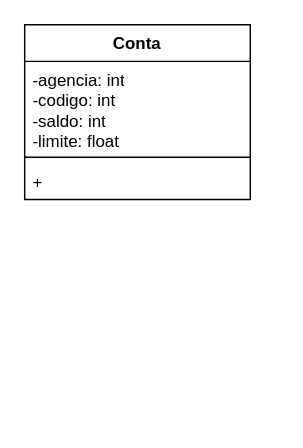
Earlier version of the draw.io diagram Aula5(excecoes)/Exercicio2_Banco/Exercicio2_Banco.drawio (Pedrh/POO). Source tidied: cells renumbered, new cells numbered last; positions are measured from the earlier drawing's top-left corner, leaving out a move shared by most shapes. Both pictures are drawn from the tidied source at 141%, with x=0, y=0 at pixel (24, 24).
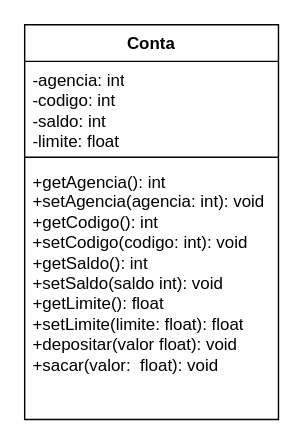
The same diagram, later.

The edit, as a diff of the source:
```diff
@@
 <mxGraphModel>
   <root>
     <mxCell id="0" />
     <mxCell id="1" parent="0" />
     <mxCell id="2" value="Conta" style="swimlane;fontStyle=1;align=center;verticalAlign=top;horizontal=1;startSize=26;whiteSpace=wrap;html=1;" parent="1" vertex="1">
-      <mxGeometry width="160" height="124" as="geometry" />
+      <mxGeometry width="180" height="280" as="geometry" />
     </mxCell>
     <mxCell id="3" value="-agencia: int&lt;div&gt;-codigo: int&lt;/div&gt;&lt;div&gt;-saldo: int&lt;/div&gt;&lt;div&gt;-limite: float&lt;/div&gt;" style="text;strokeColor=none;fillColor=none;align=left;verticalAlign=top;spacingLeft=4;spacingRight=4;overflow=hidden;whiteSpace=wrap;html=1;" parent="2" vertex="1">
-      <mxGeometry y="26" width="160" height="64" as="geometry" />
+      <mxGeometry y="26" width="180" height="64" as="geometry" />
     </mxCell>
     <mxCell id="4" style="line;strokeWidth=1;fillColor=none;align=left;verticalAlign=middle;spacingTop=-1;spacingLeft=3;spacingRight=3;labelPosition=right;strokeColor=inherit;" parent="2" vertex="1">
-      <mxGeometry y="90" width="160" height="8" as="geometry" />
+      <mxGeometry y="90" width="180" height="8" as="geometry" />
     </mxCell>
-    <mxCell id="5" value="+" style="text;strokeColor=none;fillColor=none;align=left;verticalAlign=top;spacingLeft=4;spacingRight=4;overflow=hidden;whiteSpace=wrap;html=1;" parent="2" vertex="1">
-      <mxGeometry y="98" width="160" height="26" as="geometry" />
+    <mxCell id="5" value="+getAgencia(): int&lt;div&gt;+setAgencia(agencia: int): void&lt;/div&gt;&lt;div&gt;+getCodigo(): int&lt;/div&gt;&lt;div&gt;+setCodigo(codigo: int): void&lt;/div&gt;&lt;div&gt;+getSaldo(): int&lt;/div&gt;&lt;div&gt;+setSaldo(saldo int): void&lt;/div&gt;&lt;div&gt;+getLimite(): float&lt;/div&gt;&lt;div&gt;+setLimite(limite: float): float&lt;/div&gt;&lt;div&gt;+depositar(valor float): void&lt;/div&gt;&lt;div&gt;+sacar(valor:&amp;nbsp; float): void&lt;/div&gt;" style="text;strokeColor=none;fillColor=none;align=left;verticalAlign=top;spacingLeft=4;spacingRight=4;overflow=hidden;whiteSpace=wrap;html=1;" parent="2" vertex="1">
+      <mxGeometry y="98" width="180" height="182" as="geometry" />
     </mxCell>
   </root>
 </mxGraphModel>
```
